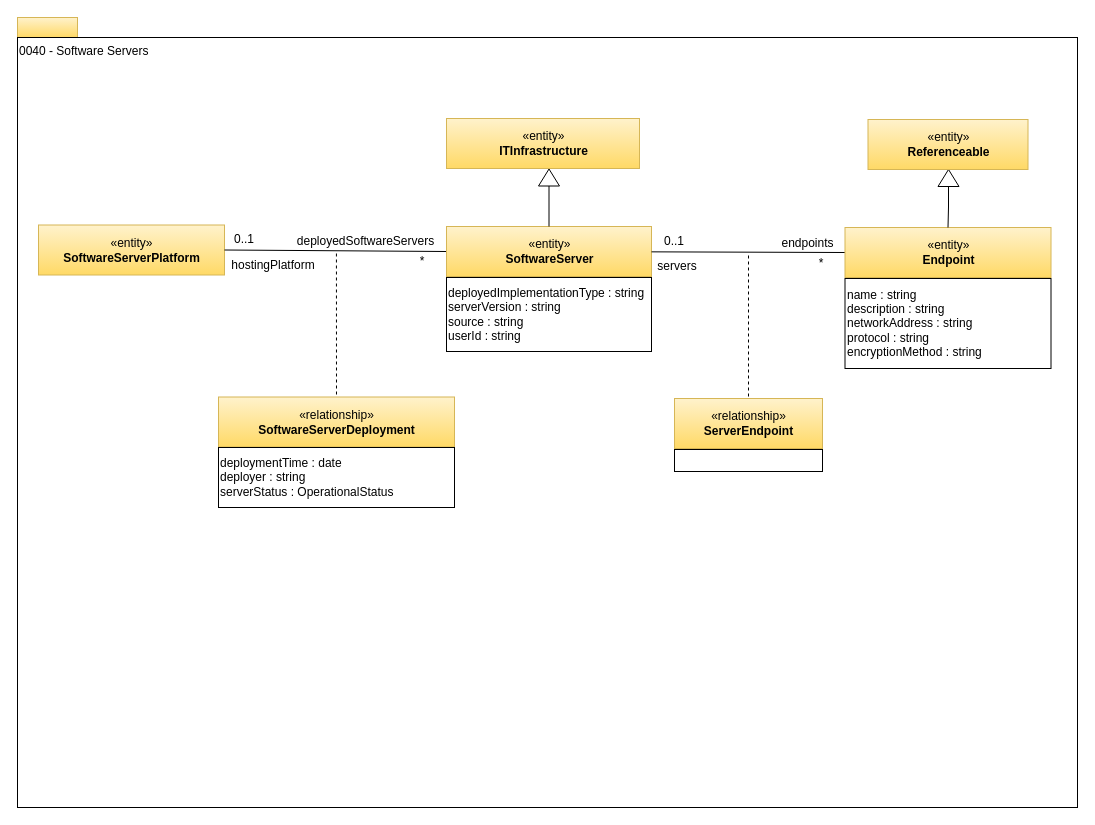
Above: page "0040-Software-Servers" (14 of 22) of open-metadata-publication/website/open-metadata-types/area-0-basic-types-and-infrastructure.drawio in odpi/egeria (draw.io), before the change. Source tidied: cells renumbered, new cells numbered last; positions are measured from the earlier drawing's top-left corner, leaving out a move shared by most shapes. Both pictures are drawn from the tidied source at 100%, with x=0, y=0 at pixel (17, 17).
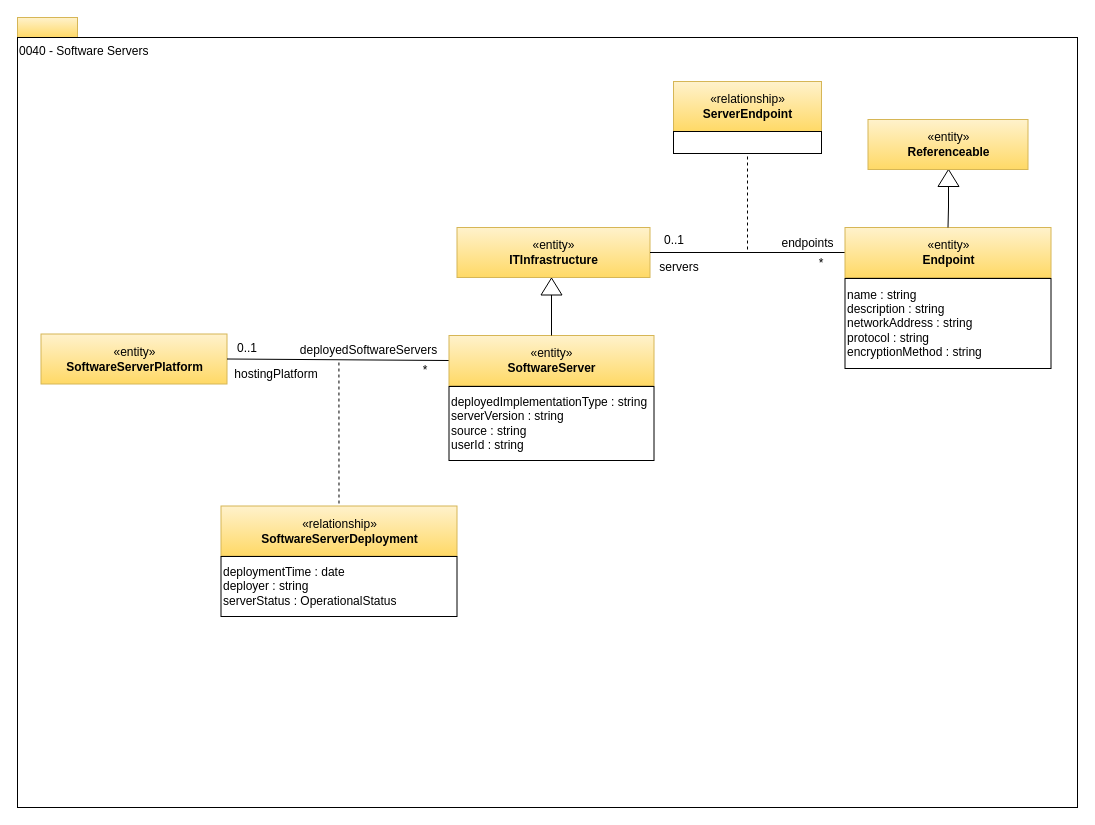
Above is the later version.

Unchanged cells that the change refers to:
```xml
<mxCell id="21" value="«entity»&lt;br&gt;&lt;b&gt;Endpoint&lt;/b&gt;" style="html=1;strokeColor=#d6b656;align=center;fillColor=#fff2cc;gradientColor=#ffd966;" parent="1" vertex="1">
  <mxGeometry x="827.5" y="210" width="206" height="50" as="geometry" />
</mxCell>
```

The edit, as a diff of the source:
```diff
@@
     <mxCell id="4" value="«entity»&lt;br&gt;&lt;b&gt;SoftwareServerPlatform&lt;/b&gt;" style="html=1;strokeColor=#d6b656;align=center;fillColor=#fff2cc;gradientColor=#ffd966;" parent="1" vertex="1">
-      <mxGeometry x="21" y="207.5" width="186" height="50" as="geometry" />
+      <mxGeometry x="23.5" y="316.5" width="186" height="50" as="geometry" />
     </mxCell>
@@
     <mxCell id="6" value="«relationship»&lt;br&gt;&lt;b&gt;SoftwareServerDeployment&lt;/b&gt;" style="html=1;strokeColor=#d6b656;align=center;fillColor=#fff2cc;gradientColor=#ffd966;" parent="1" vertex="1">
-      <mxGeometry x="201" y="379.5" width="236" height="50" as="geometry" />
+      <mxGeometry x="203.5" y="488.5" width="236" height="50" as="geometry" />
     </mxCell>
@@
     <mxCell id="8" value="«entity»&lt;br&gt;&lt;b&gt;SoftwareServer&lt;/b&gt;" style="html=1;strokeColor=#d6b656;align=center;fillColor=#fff2cc;gradientColor=#ffd966;" parent="1" vertex="1">
-      <mxGeometry x="429" y="209" width="205" height="50" as="geometry" />
+      <mxGeometry x="431.5" y="318" width="205" height="50" as="geometry" />
     </mxCell>
     <mxCell id="9" value="deployedImplementationType : string&lt;br&gt;serverVersion : string&lt;br&gt;source : string&lt;br&gt;userId : string" style="rounded=0;whiteSpace=wrap;html=1;strokeColor=#000000;gradientColor=#ffffff;align=left;" parent="1" vertex="1">
-      <mxGeometry x="429" y="260" width="205" height="74" as="geometry" />
+      <mxGeometry x="431.5" y="369" width="205" height="74" as="geometry" />
     </mxCell>
@@
     <mxCell id="11" style="triangle;whiteSpace=wrap;html=1;strokeColor=#000000;gradientColor=#ffffff;align=center;rotation=-90;" parent="1" vertex="1">
-      <mxGeometry x="523" y="149.5" width="17" height="21" as="geometry" />
+      <mxGeometry x="525.5" y="258.5" width="17" height="21" as="geometry" />
     </mxCell>
     <mxCell id="12" value="0..1" style="text;html=1;strokeColor=none;fillColor=none;align=center;verticalAlign=middle;whiteSpace=wrap;rounded=0;" parent="1" vertex="1">
-      <mxGeometry x="207" y="212" width="40" height="20" as="geometry" />
+      <mxGeometry x="209.5" y="321" width="40" height="20" as="geometry" />
     </mxCell>
     <mxCell id="13" value="*" style="text;html=1;strokeColor=none;fillColor=none;align=center;verticalAlign=middle;whiteSpace=wrap;rounded=0;" parent="1" vertex="1">
-      <mxGeometry x="385" y="234" width="40" height="20" as="geometry" />
+      <mxGeometry x="387.5" y="343" width="40" height="20" as="geometry" />
     </mxCell>
     <mxCell id="14" value="hostingPlatform" style="text;html=1;strokeColor=none;fillColor=none;align=center;verticalAlign=middle;whiteSpace=wrap;rounded=0;" parent="1" vertex="1">
-      <mxGeometry x="207" y="237.5" width="98" height="20" as="geometry" />
+      <mxGeometry x="209.5" y="346.5" width="98" height="20" as="geometry" />
     </mxCell>
     <mxCell id="15" value="deployedSoftwareServers" style="text;html=1;strokeColor=none;fillColor=none;align=center;verticalAlign=middle;whiteSpace=wrap;rounded=0;" parent="1" vertex="1">
-      <mxGeometry x="269" y="214" width="159" height="20" as="geometry" />
+      <mxGeometry x="271.5" y="323" width="159" height="20" as="geometry" />
     </mxCell>
     <mxCell id="16" value="«entity»&lt;br&gt;&lt;b&gt;ITInfrastructure&lt;/b&gt;" style="html=1;strokeColor=#d6b656;align=center;fillColor=#fff2cc;gradientColor=#ffd966;" parent="1" vertex="1">
-      <mxGeometry x="429" y="101" width="193" height="50" as="geometry" />
+      <mxGeometry x="439.5" y="210" width="193" height="50" as="geometry" />
     </mxCell>
     <mxCell id="17" value="deploymentTime : date&lt;br&gt;deployer : string&lt;br&gt;serverStatus : OperationalStatus&lt;br&gt;" style="rounded=0;whiteSpace=wrap;html=1;strokeColor=#000000;gradientColor=#ffffff;align=left;" parent="1" vertex="1">
-      <mxGeometry x="201" y="430" width="236" height="60" as="geometry" />
+      <mxGeometry x="203.5" y="539" width="236" height="60" as="geometry" />
     </mxCell>
-    <mxCell id="18" style="endArrow=none;html=1;exitX=0;exitY=0.5;" parent="1" edge="1" source="21" target="8">
+    <mxCell id="18" style="endArrow=none;html=1;exitX=0;exitY=0.5;entryX=1;entryY=0.5;entryDx=0;entryDy=0;" parent="1" edge="1" source="21" target="16">
       <mxGeometry relative="1" as="geometry" />
     </mxCell>
     <mxCell id="19" value="«relationship»&lt;br&gt;&lt;b&gt;ServerEndpoint&lt;/b&gt;" style="html=1;strokeColor=#d6b656;align=center;fillColor=#fff2cc;gradientColor=#ffd966;" parent="1" vertex="1">
-      <mxGeometry x="657" y="381" width="148" height="50" as="geometry" />
+      <mxGeometry x="656" y="64" width="148" height="50" as="geometry" />
     </mxCell>
-    <mxCell id="20" style="endArrow=none;dashed=1;html=1;entryX=0.5;entryY=0;" parent="1" edge="1" target="19">
+    <mxCell id="20" style="endArrow=none;dashed=1;html=1;entryX=0.5;entryY=1;entryDx=0;entryDy=0;" parent="1" edge="1" target="30">
       <mxGeometry relative="1" as="geometry">
-        <mxPoint x="731" y="238" as="sourcePoint" />
+        <mxPoint x="730" y="232" as="sourcePoint" />
       </mxGeometry>
     </mxCell>
@@
     <mxCell id="25" value="0..1" style="text;html=1;strokeColor=none;fillColor=none;align=center;verticalAlign=middle;whiteSpace=wrap;rounded=0;" parent="1" vertex="1">
-      <mxGeometry x="636.5" y="213.5" width="40" height="20" as="geometry" />
+      <mxGeometry x="636.5" y="213" width="40" height="20" as="geometry" />
     </mxCell>
@@
     <mxCell id="27" value="servers" style="text;html=1;strokeColor=none;fillColor=none;align=center;verticalAlign=middle;whiteSpace=wrap;rounded=0;" parent="1" vertex="1">
-      <mxGeometry x="627" y="239" width="66" height="20" as="geometry" />
+      <mxGeometry x="628.5" y="240" width="66" height="20" as="geometry" />
     </mxCell>
@@
     <mxCell id="30" style="rounded=0;whiteSpace=wrap;html=1;strokeColor=#000000;gradientColor=#ffffff;align=left;" parent="1" vertex="1">
-      <mxGeometry x="657" y="432" width="148" height="22" as="geometry" />
+      <mxGeometry x="656" y="114" width="148" height="22" as="geometry" />
     </mxCell>
```
